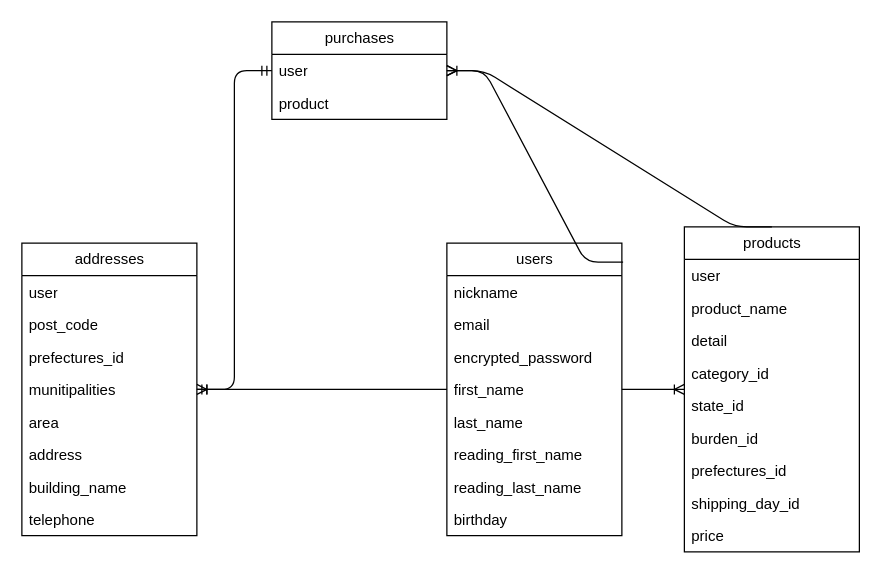
The draw.io diagram ER.dio in someno-kaede/furima-39613, before the edit. Source tidied: cells renumbered, new cells numbered last; positions are measured from the earlier drawing's top-left corner, leaving out a move shared by most shapes. Both pictures are drawn from the tidied source at 125%, with x=0, y=0 at pixel (21, 21).
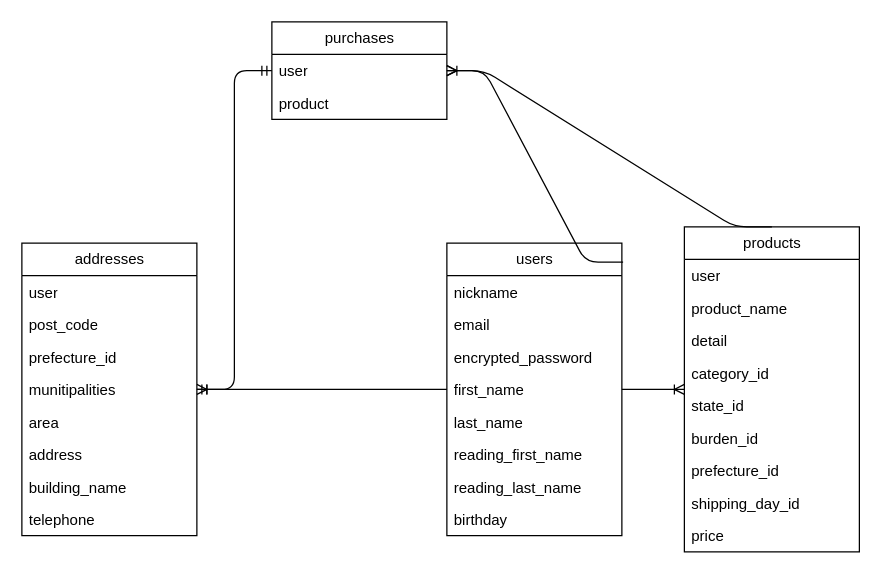
The same page after the edit.

The change refers to these unchanged cells:
```xml
<mxCell id="11" value="products" style="swimlane;fontStyle=0;horizontal=1;startSize=26;fillColor=none;html=1;" parent="1" vertex="1">
  <mxGeometry x="530" y="164" width="140" height="260" as="geometry" />
</mxCell>
<mxCell id="24" value="addresses" style="swimlane;fontStyle=0;horizontal=1;startSize=26;fillColor=none;html=1;" parent="1" vertex="1">
  <mxGeometry y="177" width="140" height="234" as="geometry" />
</mxCell>
```

The edit, as a diff of the source:
```diff
@@
-    <mxCell id="18" value="prefectures_id" style="text;strokeColor=none;fillColor=none;align=left;verticalAlign=top;spacingLeft=4;spacingRight=4;overflow=hidden;whiteSpace=wrap;html=1;" parent="11" vertex="1">
+    <mxCell id="18" value="prefecture_id" style="text;strokeColor=none;fillColor=none;align=left;verticalAlign=top;spacingLeft=4;spacingRight=4;overflow=hidden;whiteSpace=wrap;html=1;" parent="11" vertex="1">
       <mxGeometry y="182" width="140" height="26" as="geometry" />
     </mxCell>
@@
-    <mxCell id="27" value="prefectures_id" style="text;strokeColor=none;fillColor=none;align=left;verticalAlign=top;spacingLeft=4;spacingRight=4;overflow=hidden;whiteSpace=wrap;html=1;" parent="24" vertex="1">
+    <mxCell id="27" value="prefecture_id" style="text;strokeColor=none;fillColor=none;align=left;verticalAlign=top;spacingLeft=4;spacingRight=4;overflow=hidden;whiteSpace=wrap;html=1;" parent="24" vertex="1">
       <mxGeometry y="78" width="140" height="26" as="geometry" />
     </mxCell>
```
